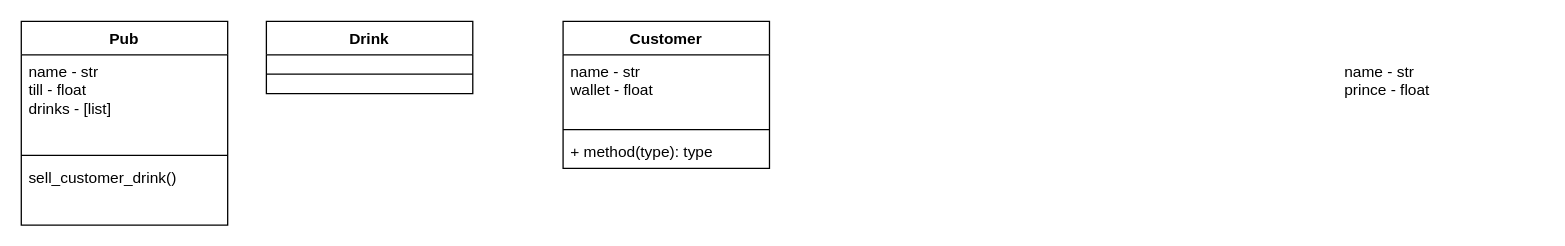
This is pub_plan.drawio from Andrej300/week_2_day_3_pub_lab, a draw.io file, before an edit. Source tidied: cells renumbered, new cells numbered last; positions are measured from the earlier drawing's top-left corner, leaving out a move shared by most shapes. Both pictures are drawn from the tidied source at 129%, with x=0, y=0 at pixel (21, 21).
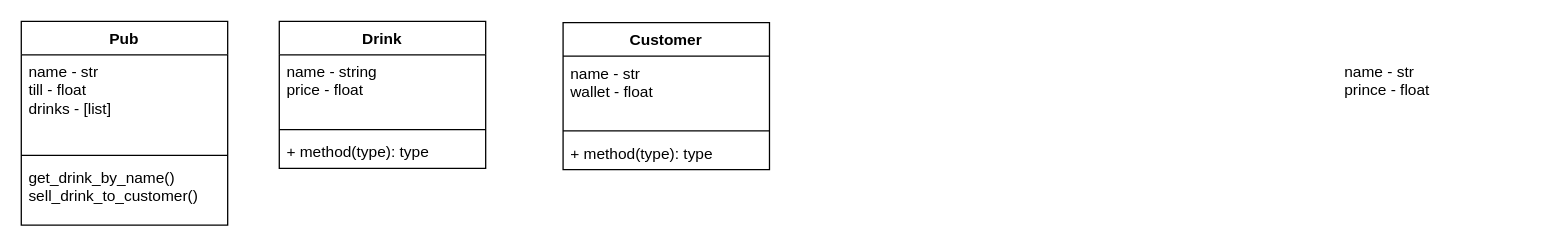
The same page after the edit.

What changed in the source:
```diff
@@
 <mxGraphModel>
   <root>
     <mxCell id="0" />
     <mxCell id="1" parent="0" />
     <mxCell id="2" value="Customer" style="swimlane;fontStyle=1;align=center;verticalAlign=top;horizontal=1;startSize=26;" parent="1" vertex="1">
-      <mxGeometry x="420" width="160" height="114" as="geometry" />
+      <mxGeometry x="420" y="1" width="160" height="114" as="geometry" />
     </mxCell>
     <mxCell id="3" value="name - str&#10;wallet - float" style="text;strokeColor=none;fillColor=none;align=left;verticalAlign=top;spacingLeft=4;spacingRight=4;overflow=hidden;" parent="2" vertex="1">
       <mxGeometry y="26" width="160" height="54" as="geometry" />
     </mxCell>
     <mxCell id="4" style="line;strokeWidth=1;fillColor=none;align=left;verticalAlign=middle;spacingTop=-1;spacingLeft=3;spacingRight=3;labelPosition=right;" parent="2" vertex="1">
       <mxGeometry y="80" width="160" height="8" as="geometry" />
     </mxCell>
     <mxCell id="5" value="+ method(type): type" style="text;strokeColor=none;fillColor=none;align=left;verticalAlign=top;spacingLeft=4;spacingRight=4;overflow=hidden;" parent="2" vertex="1">
       <mxGeometry y="88" width="160" height="26" as="geometry" />
     </mxCell>
     <mxCell id="6" value="Pub" style="swimlane;fontStyle=1;align=center;verticalAlign=top;horizontal=1;startSize=26;" parent="1" vertex="1">
       <mxGeometry width="160" height="158" as="geometry" />
     </mxCell>
     <mxCell id="7" value="name - str&#10;till - float&#10;drinks - [list]" style="text;strokeColor=none;fillColor=none;align=left;verticalAlign=top;spacingLeft=4;spacingRight=4;overflow=hidden;" parent="6" vertex="1">
       <mxGeometry y="26" width="160" height="74" as="geometry" />
     </mxCell>
     <mxCell id="8" style="line;strokeWidth=1;fillColor=none;align=left;verticalAlign=middle;spacingTop=-1;spacingLeft=3;spacingRight=3;labelPosition=right;" parent="6" vertex="1">
       <mxGeometry y="100" width="160" height="8" as="geometry" />
     </mxCell>
-    <mxCell id="9" value="sell_customer_drink()" style="text;strokeColor=none;fillColor=none;align=left;verticalAlign=top;spacingLeft=4;spacingRight=4;overflow=hidden;" parent="6" vertex="1">
+    <mxCell id="9" value="get_drink_by_name()&#10;sell_drink_to_customer()" style="text;strokeColor=none;fillColor=none;align=left;verticalAlign=top;spacingLeft=4;spacingRight=4;overflow=hidden;" parent="6" vertex="1">
       <mxGeometry y="108" width="160" height="50" as="geometry" />
     </mxCell>
+    <mxCell id="12" value="name - str&#10;prince - float" style="text;strokeColor=none;fillColor=none;align=left;verticalAlign=top;spacingLeft=4;spacingRight=4;overflow=hidden;" parent="1" vertex="1">
+      <mxGeometry x="1020" y="26" width="160" height="54" as="geometry" />
+    </mxCell>
     <mxCell id="10" value="Drink" style="swimlane;fontStyle=1;align=center;verticalAlign=top;horizontal=1;startSize=26;" parent="1" vertex="1">
-      <mxGeometry x="190" width="160" height="56" as="geometry" />
+      <mxGeometry x="200" width="160" height="114" as="geometry" />
     </mxCell>
-    <mxCell id="11" style="line;strokeWidth=1;fillColor=none;align=left;verticalAlign=middle;spacingTop=-1;spacingLeft=3;spacingRight=3;labelPosition=right;" parent="10" vertex="1">
-      <mxGeometry y="26" width="160" height="30" as="geometry" />
-    </mxCell>
-    <mxCell id="12" value="name - str&#10;prince - float" style="text;strokeColor=none;fillColor=none;align=left;verticalAlign=top;spacingLeft=4;spacingRight=4;overflow=hidden;" parent="1" vertex="1">
-      <mxGeometry x="1020" y="26" width="160" height="54" as="geometry" />
-    </mxCell>
+    <mxCell id="13" value="name - string&#10;price - float" style="text;strokeColor=none;fillColor=none;align=left;verticalAlign=top;spacingLeft=4;spacingRight=4;overflow=hidden;" parent="10" vertex="1">
+      <mxGeometry y="26" width="160" height="54" as="geometry" />
+    </mxCell>
+    <mxCell id="14" style="line;strokeWidth=1;fillColor=none;align=left;verticalAlign=middle;spacingTop=-1;spacingLeft=3;spacingRight=3;labelPosition=right;" parent="10" vertex="1">
+      <mxGeometry y="80" width="160" height="8" as="geometry" />
+    </mxCell>
+    <mxCell id="15" value="+ method(type): type" style="text;strokeColor=none;fillColor=none;align=left;verticalAlign=top;spacingLeft=4;spacingRight=4;overflow=hidden;" parent="10" vertex="1">
+      <mxGeometry y="88" width="160" height="26" as="geometry" />
+    </mxCell>
   </root>
 </mxGraphModel>
```
